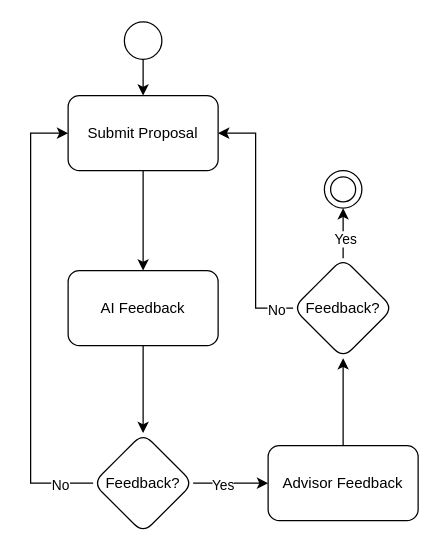
This is gpt-feedback-process.drawio from fabian-emilius/bachelor-thesis-charts, a draw.io file, before an edit. Source tidied: cells renumbered, new cells numbered last; positions are measured from the earlier drawing's top-left corner, leaving out a move shared by most shapes. Both pictures are drawn from the tidied source at 125%, with x=0, y=0 at pixel (30, 21).
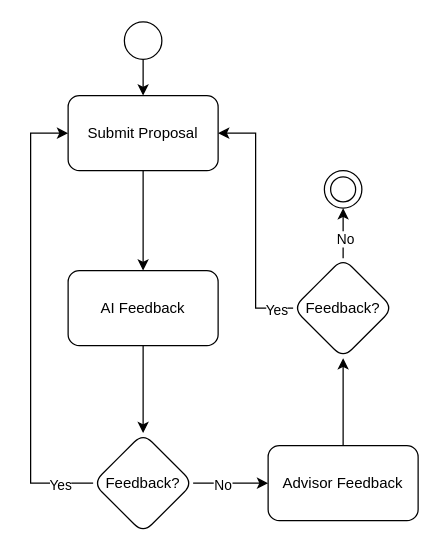
The same diagram, later.

The change refers to these unchanged cells:
```xml
<mxCell id="6" style="edgeStyle=orthogonalEdgeStyle;rounded=0;jettySize=auto;html=1;exitX=0;exitY=0.5;exitDx=0;exitDy=0;entryX=0;entryY=0.5;entryDx=0;entryDy=0;" parent="1" edge="1" source="10" target="3">
  <mxGeometry relative="1" as="geometry">
    <Array as="points">
      <mxPoint y="369" />
      <mxPoint y="89" />
    </Array>
  </mxGeometry>
</mxCell>
<mxCell id="8" style="edgeStyle=orthogonalEdgeStyle;rounded=0;jettySize=auto;html=1;" parent="1" edge="1" source="10" target="12">
  <mxGeometry relative="1" as="geometry" />
</mxCell>
<mxCell id="13" style="edgeStyle=orthogonalEdgeStyle;rounded=0;jettySize=auto;html=1;exitX=0.5;exitY=0;exitDx=0;exitDy=0;entryX=0.5;entryY=1;entryDx=0;entryDy=0;" parent="1" edge="1" source="17" target="18">
  <mxGeometry relative="1" as="geometry" />
</mxCell>
<mxCell id="15" style="edgeStyle=orthogonalEdgeStyle;rounded=0;jettySize=auto;html=1;exitX=0;exitY=0.5;exitDx=0;exitDy=0;entryX=1;entryY=0.5;entryDx=0;entryDy=0;" parent="1" edge="1" source="17" target="3">
  <mxGeometry relative="1" as="geometry" />
</mxCell>
```

The edit, as a diff of the source:
```diff
@@
-    <mxCell id="7" value="No" style="edgeLabel;html=1;align=center;verticalAlign=middle;" parent="6" vertex="1">
+    <mxCell id="7" value="Yes" style="edgeLabel;html=1;align=center;verticalAlign=middle;" parent="6" vertex="1">
       <mxGeometry x="-0.85" y="1" relative="1" as="geometry" />
     </mxCell>
@@
-    <mxCell id="9" value="Yes" style="edgeLabel;html=1;align=center;verticalAlign=middle;" parent="8" vertex="1">
+    <mxCell id="9" value="No" style="edgeLabel;html=1;align=center;verticalAlign=middle;" parent="8" vertex="1">
       <mxGeometry x="-0.23" y="-1" relative="1" as="geometry" />
     </mxCell>
@@
-    <mxCell id="14" value="Yes" style="edgeLabel;html=1;align=center;verticalAlign=middle;" parent="13" vertex="1">
+    <mxCell id="14" value="No" style="edgeLabel;html=1;align=center;verticalAlign=middle;" parent="13" vertex="1">
       <mxGeometry x="-0.2" y="-1" relative="1" as="geometry" />
     </mxCell>
@@
-    <mxCell id="16" value="No" style="edgeLabel;html=1;align=center;verticalAlign=middle;" parent="15" vertex="1">
+    <mxCell id="16" value="Yes" style="edgeLabel;html=1;align=center;verticalAlign=middle;" parent="15" vertex="1">
       <mxGeometry x="-0.86" y="1" relative="1" as="geometry" />
     </mxCell>
```
